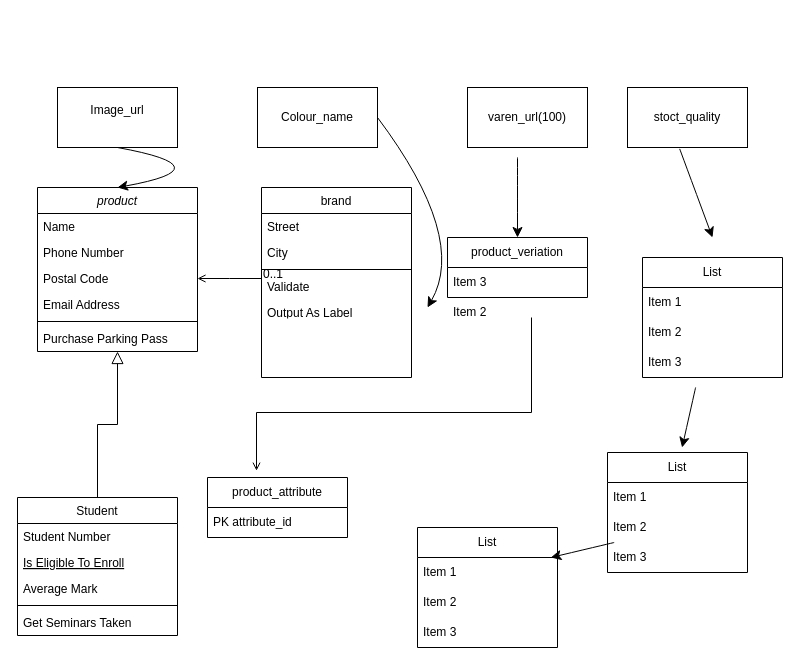
Before: Untitled Diagram.drawio in Matlhatse95kk/E-Commerce-Database-Design-Assignment, a draw.io diagram. Source tidied: cells renumbered, new cells numbered last; positions are measured from the earlier drawing's top-left corner, leaving out a move shared by most shapes. Both pictures are drawn from the tidied source at 100%, with x=0, y=0 at pixel (17, 87).
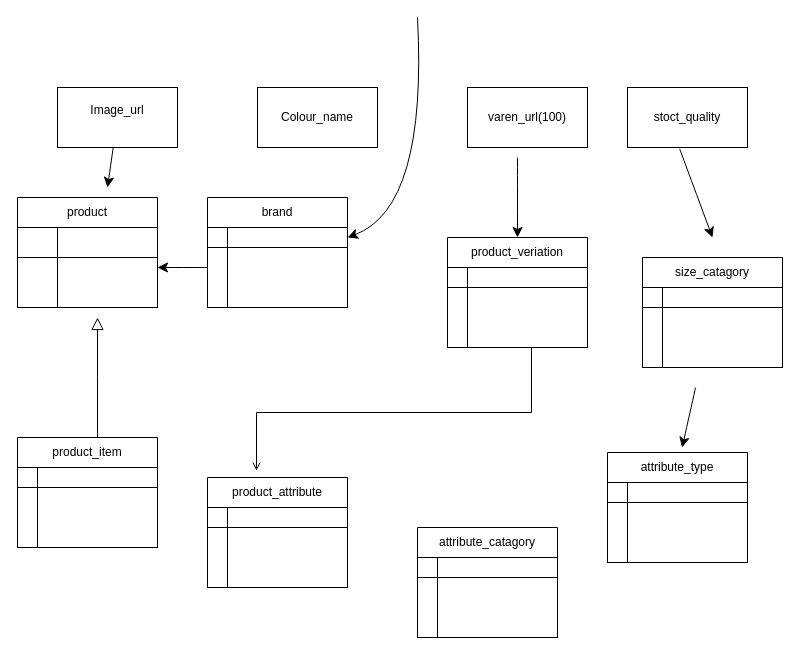
The same diagram, later.

The change refers to these unchanged cells:
```xml
<mxCell id="25" value="Colour_name" style="rounded=0;whiteSpace=wrap;html=1;" parent="1" vertex="1">
  <mxGeometry x="240" width="120" height="60" as="geometry" />
</mxCell>
<mxCell id="26" value="Image_url&lt;div&gt;&lt;br&gt;&lt;/div&gt;" style="rounded=0;whiteSpace=wrap;html=1;" parent="1" vertex="1">
  <mxGeometry x="40" width="120" height="60" as="geometry" />
</mxCell>
```

Diff of the diagram source:
```diff
@@
-    <mxCell id="2" value="product" style="swimlane;fontStyle=2;align=center;verticalAlign=top;horizontal=1;startSize=26;rounded=0;shadow=0;strokeWidth=1;" parent="1" vertex="1">
-      <mxGeometry x="20" y="100" width="160" height="164" as="geometry" />
-    </mxCell>
-    <mxCell id="3" value="Name" style="text;align=left;verticalAlign=top;spacingLeft=4;spacingRight=4;overflow=hidden;" parent="2" vertex="1">
-      <mxGeometry y="26" width="160" height="26" as="geometry" />
-    </mxCell>
-    <mxCell id="4" value="Phone Number" style="text;align=left;verticalAlign=top;spacingLeft=4;spacingRight=4;overflow=hidden;rounded=0;shadow=0;html=0;" parent="2" vertex="1">
-      <mxGeometry y="52" width="160" height="26" as="geometry" />
-    </mxCell>
-    <mxCell id="5" value="Postal Code" style="text;align=left;verticalAlign=top;spacingLeft=4;spacingRight=4;overflow=hidden;points=[[0,0.5],[1,0.5]];portConstraint=eastwest;rounded=0;shadow=0;html=0;" parent="2" vertex="1">
-      <mxGeometry y="78" width="160" height="26" as="geometry" />
-    </mxCell>
-    <mxCell id="6" value="Email Address" style="text;align=left;verticalAlign=top;spacingLeft=4;spacingRight=4;overflow=hidden;rounded=0;shadow=0;html=0;" parent="2" vertex="1">
-      <mxGeometry y="104" width="160" height="26" as="geometry" />
-    </mxCell>
-    <mxCell id="7" style="line;html=1;strokeWidth=1;align=left;verticalAlign=middle;spacingTop=-1;spacingLeft=3;spacingRight=3;labelPosition=right;" parent="2" vertex="1">
-      <mxGeometry y="130" width="160" height="8" as="geometry" />
-    </mxCell>
-    <mxCell id="8" value="Purchase Parking Pass" style="text;align=left;verticalAlign=top;spacingLeft=4;spacingRight=4;overflow=hidden;" parent="2" vertex="1">
-      <mxGeometry y="138" width="160" height="26" as="geometry" />
-    </mxCell>
-    <mxCell id="9" value="Student" style="swimlane;fontStyle=0;align=center;verticalAlign=top;horizontal=1;startSize=26;rounded=0;shadow=0;strokeWidth=1;" parent="1" vertex="1">
-      <mxGeometry y="410" width="160" height="138" as="geometry" />
-    </mxCell>
-    <mxCell id="10" value="Student Number" style="text;align=left;verticalAlign=top;spacingLeft=4;spacingRight=4;overflow=hidden;" parent="9" vertex="1">
-      <mxGeometry y="26" width="160" height="26" as="geometry" />
-    </mxCell>
-    <mxCell id="11" value="Is Eligible To Enroll" style="text;align=left;verticalAlign=top;spacingLeft=4;spacingRight=4;overflow=hidden;fontStyle=4;" parent="9" vertex="1">
-      <mxGeometry y="52" width="160" height="26" as="geometry" />
-    </mxCell>
-    <mxCell id="12" value="Average Mark" style="text;align=left;verticalAlign=top;spacingLeft=4;spacingRight=4;overflow=hidden;rounded=0;shadow=0;html=0;" parent="9" vertex="1">
-      <mxGeometry y="78" width="160" height="26" as="geometry" />
-    </mxCell>
-    <mxCell id="13" style="line;html=1;strokeWidth=1;align=left;verticalAlign=middle;spacingTop=-1;spacingLeft=3;spacingRight=3;labelPosition=right;" parent="9" vertex="1">
-      <mxGeometry y="104" width="160" height="8" as="geometry" />
-    </mxCell>
-    <mxCell id="14" value="Get Seminars Taken" style="text;align=left;verticalAlign=top;spacingLeft=4;spacingRight=4;overflow=hidden;" parent="9" vertex="1">
-      <mxGeometry y="112" width="160" height="26" as="geometry" />
-    </mxCell>
-    <mxCell id="15" style="endArrow=block;endSize=10;endFill=0;shadow=0;strokeWidth=1;rounded=0;curved=0;edgeStyle=elbowEdgeStyle;elbow=vertical;" parent="1" edge="1" source="9" target="2">
-      <mxGeometry relative="1" as="geometry" />
+    <mxCell id="15" style="endArrow=block;endSize=10;endFill=0;shadow=0;strokeWidth=1;rounded=0;curved=0;edgeStyle=elbowEdgeStyle;elbow=vertical;" parent="1" edge="1">
+      <mxGeometry relative="1" as="geometry">
+        <mxPoint x="80" y="350" as="sourcePoint" />
+        <mxPoint x="80" y="230" as="targetPoint" />
+      </mxGeometry>
     </mxCell>
-    <mxCell id="16" value="brand" style="swimlane;fontStyle=0;align=center;verticalAlign=top;horizontal=1;startSize=26;rounded=0;shadow=0;strokeWidth=1;" parent="1" vertex="1">
-      <mxGeometry x="244" y="100" width="150" height="190" as="geometry" />
-    </mxCell>
-    <mxCell id="17" value="Street" style="text;align=left;verticalAlign=top;spacingLeft=4;spacingRight=4;overflow=hidden;" parent="16" vertex="1">
-      <mxGeometry y="26" width="150" height="26" as="geometry" />
-    </mxCell>
-    <mxCell id="18" value="City" style="text;align=left;verticalAlign=top;spacingLeft=4;spacingRight=4;overflow=hidden;rounded=0;shadow=0;html=0;" parent="16" vertex="1">
-      <mxGeometry y="52" width="150" height="26" as="geometry" />
-    </mxCell>
-    <mxCell id="19" style="line;html=1;strokeWidth=1;align=left;verticalAlign=middle;spacingTop=-1;spacingLeft=3;spacingRight=3;labelPosition=right;" parent="16" vertex="1">
-      <mxGeometry y="78" width="150" height="8" as="geometry" />
-    </mxCell>
-    <mxCell id="20" value="Validate" style="text;align=left;verticalAlign=top;spacingLeft=4;spacingRight=4;overflow=hidden;" parent="16" vertex="1">
-      <mxGeometry y="86" width="150" height="26" as="geometry" />
-    </mxCell>
-    <mxCell id="21" value="Output As Label" style="text;align=left;verticalAlign=top;spacingLeft=4;spacingRight=4;overflow=hidden;" parent="16" vertex="1">
-      <mxGeometry y="112" width="150" height="14" as="geometry" />
-    </mxCell>
@@
-    <mxCell id="23" style="edgeStyle=none;curved=1;rounded=0;jettySize=auto;html=1;fontSize=12;startSize=8;endSize=8;" parent="1" edge="1" source="49" target="35">
-      <mxGeometry relative="1" as="geometry" />
+    <mxCell id="23" style="edgeStyle=none;curved=1;rounded=0;orthogonalLoop=1;jettySize=auto;html=1;fontSize=12;startSize=8;endSize=8;" parent="1" edge="1">
+      <mxGeometry relative="1" as="geometry">
+        <mxPoint x="500" y="210" as="sourcePoint" />
+        <mxPoint x="500" y="210" as="targetPoint" />
+      </mxGeometry>
     </mxCell>
@@
+    <mxCell id="53" style="edgeStyle=none;curved=1;rounded=0;jettySize=auto;html=1;fontSize=12;startSize=8;endSize=8;" parent="1" edge="1" source="26">
+      <mxGeometry relative="1" as="geometry">
+        <mxPoint x="90" y="100" as="targetPoint" />
+      </mxGeometry>
+    </mxCell>
@@
-    <mxCell id="28" style="edgeStyle=none;jettySize=auto;html=1;rounded=0;fontSize=12;startSize=8;endSize=8;curved=1;entryX=0.5;entryY=0;entryDx=0;entryDy=0;exitX=0.5;exitY=1;exitDx=0;exitDy=0;" parent="1" edge="1" source="26" target="2">
-      <mxGeometry relative="1" as="geometry">
-        <Array as="points">
-          <mxPoint x="210" y="80" />
-        </Array>
-      </mxGeometry>
-    </mxCell>
-    <mxCell id="29" style="endArrow=open;shadow=0;strokeWidth=1;rounded=0;curved=0;endFill=1;edgeStyle=elbowEdgeStyle;elbow=vertical;entryX=1;entryY=0.5;entryDx=0;entryDy=0;" parent="1" edge="1" target="5">
-      <mxGeometry x="0.5" y="41" relative="1" as="geometry">
-        <mxPoint x="244" y="191" as="sourcePoint" />
-        <mxPoint x="-40" y="32" as="offset" />
-      </mxGeometry>
-    </mxCell>
-    <mxCell id="30" value="0..1" style="align=left;verticalAlign=bottom;labelBackgroundColor=none;fontSize=12;" parent="29" vertex="1">
-      <mxGeometry x="-1" relative="1" as="geometry">
-        <mxPoint y="4" as="offset" />
-      </mxGeometry>
-    </mxCell>
@@
-    <mxCell id="32" style="edgeStyle=none;jettySize=auto;html=1;rounded=0;fontSize=12;startSize=8;endSize=8;curved=1;exitX=1;exitY=0.5;exitDx=0;exitDy=0;" parent="1" edge="1" source="25">
+    <mxCell id="32" style="edgeStyle=none;orthogonalLoop=1;jettySize=auto;html=1;rounded=0;fontSize=12;startSize=8;endSize=8;curved=1;" parent="1" edge="1">
       <mxGeometry relative="1" as="geometry">
-        <mxPoint x="410" y="220" as="targetPoint" />
+        <mxPoint x="400" y="-70" as="sourcePoint" />
+        <mxPoint x="330" y="150" as="targetPoint" />
         <Array as="points">
-          <mxPoint x="450" y="150" />
+          <mxPoint x="410" y="120" />
         </Array>
       </mxGeometry>
     </mxCell>
@@
     <mxCell id="34" value="product_veriation" style="swimlane;fontStyle=0;horizontal=1;startSize=30;whiteSpace=wrap;html=1;" parent="1" vertex="1">
-      <mxGeometry x="430" y="150" width="140" height="60" as="geometry" />
+      <mxGeometry x="430" y="150" width="140" height="110" as="geometry" />
     </mxCell>
-    <mxCell id="35" value="Item 3" style="text;strokeColor=none;fillColor=none;align=left;verticalAlign=middle;spacingLeft=4;spacingRight=4;overflow=hidden;points=[[0,0.5],[1,0.5]];portConstraint=eastwest;whiteSpace=wrap;html=1;" parent="34" vertex="1">
-      <mxGeometry y="30" width="140" height="30" as="geometry" />
-    </mxCell>
@@
+    <mxCell id="54" style="shape=internalStorage;whiteSpace=wrap;html=1;backgroundOutline=1;" parent="34" vertex="1">
+      <mxGeometry y="30" width="140" height="80" as="geometry" />
+    </mxCell>
-    <mxCell id="37" value="List" style="swimlane;fontStyle=0;horizontal=1;startSize=30;whiteSpace=wrap;html=1;" parent="1" vertex="1">
-      <mxGeometry x="625" y="170" width="140" height="120" as="geometry" />
+    <mxCell id="37" value="size_catagory" style="swimlane;fontStyle=0;horizontal=1;startSize=30;whiteSpace=wrap;html=1;" parent="1" vertex="1">
+      <mxGeometry x="625" y="170" width="140" height="110" as="geometry" />
     </mxCell>
-    <mxCell id="38" value="Item 1" style="text;strokeColor=none;fillColor=none;align=left;verticalAlign=middle;spacingLeft=4;spacingRight=4;overflow=hidden;whiteSpace=wrap;html=1;" parent="37" vertex="1">
-      <mxGeometry y="30" width="140" height="30" as="geometry" />
-    </mxCell>
-    <mxCell id="39" value="Item 2" style="text;strokeColor=none;fillColor=none;align=left;verticalAlign=middle;spacingLeft=4;spacingRight=4;overflow=hidden;whiteSpace=wrap;html=1;" parent="37" vertex="1">
-      <mxGeometry y="60" width="140" height="30" as="geometry" />
-    </mxCell>
-    <mxCell id="40" value="Item 3" style="text;strokeColor=none;fillColor=none;align=left;verticalAlign=middle;spacingLeft=4;spacingRight=4;overflow=hidden;whiteSpace=wrap;html=1;" parent="37" vertex="1">
-      <mxGeometry y="90" width="140" height="30" as="geometry" />
-    </mxCell>
+    <mxCell id="55" style="shape=internalStorage;whiteSpace=wrap;html=1;backgroundOutline=1;" parent="37" vertex="1">
+      <mxGeometry y="30" width="140" height="80" as="geometry" />
+    </mxCell>
-    <mxCell id="41" value="List" style="swimlane;fontStyle=0;horizontal=1;startSize=30;whiteSpace=wrap;html=1;" parent="1" vertex="1">
-      <mxGeometry x="590" y="365" width="140" height="120" as="geometry" />
+    <mxCell id="41" value="attribute_type" style="swimlane;fontStyle=0;horizontal=1;startSize=30;whiteSpace=wrap;html=1;" parent="1" vertex="1">
+      <mxGeometry x="590" y="365" width="140" height="110" as="geometry" />
     </mxCell>
-    <mxCell id="42" value="Item 1" style="text;strokeColor=none;fillColor=none;align=left;verticalAlign=middle;spacingLeft=4;spacingRight=4;overflow=hidden;whiteSpace=wrap;html=1;" parent="41" vertex="1">
-      <mxGeometry y="30" width="140" height="30" as="geometry" />
-    </mxCell>
-    <mxCell id="43" value="Item 2" style="text;strokeColor=none;fillColor=none;align=left;verticalAlign=middle;spacingLeft=4;spacingRight=4;overflow=hidden;points=[[0,0.5],[1,0.5]];portConstraint=eastwest;whiteSpace=wrap;html=1;" parent="41" vertex="1">
-      <mxGeometry y="60" width="140" height="30" as="geometry" />
-    </mxCell>
-    <mxCell id="44" value="Item 3" style="text;strokeColor=none;fillColor=none;align=left;verticalAlign=middle;spacingLeft=4;spacingRight=4;overflow=hidden;whiteSpace=wrap;html=1;" parent="41" vertex="1">
-      <mxGeometry y="90" width="140" height="30" as="geometry" />
-    </mxCell>
+    <mxCell id="56" style="shape=internalStorage;whiteSpace=wrap;html=1;backgroundOutline=1;" parent="41" vertex="1">
+      <mxGeometry y="30" width="140" height="80" as="geometry" />
+    </mxCell>
-    <mxCell id="45" value="List" style="swimlane;fontStyle=0;horizontal=1;startSize=30;whiteSpace=wrap;html=1;" parent="1" vertex="1">
-      <mxGeometry x="400" y="440" width="140" height="120" as="geometry" />
+    <mxCell id="45" value="attribute_catagory" style="swimlane;fontStyle=0;horizontal=1;startSize=30;whiteSpace=wrap;html=1;" parent="1" vertex="1">
+      <mxGeometry x="400" y="440" width="140" height="110" as="geometry" />
     </mxCell>
-    <mxCell id="46" value="Item 1" style="text;strokeColor=none;fillColor=none;align=left;verticalAlign=middle;spacingLeft=4;spacingRight=4;overflow=hidden;points=[[0,0.5],[1,0.5]];portConstraint=eastwest;whiteSpace=wrap;html=1;" parent="45" vertex="1">
-      <mxGeometry y="30" width="140" height="30" as="geometry" />
-    </mxCell>
-    <mxCell id="47" value="Item 2" style="text;strokeColor=none;fillColor=none;align=left;verticalAlign=middle;spacingLeft=4;spacingRight=4;overflow=hidden;whiteSpace=wrap;html=1;" parent="45" vertex="1">
-      <mxGeometry y="60" width="140" height="30" as="geometry" />
-    </mxCell>
-    <mxCell id="48" value="Item 3" style="text;strokeColor=none;fillColor=none;align=left;verticalAlign=middle;spacingLeft=4;spacingRight=4;overflow=hidden;whiteSpace=wrap;html=1;" parent="45" vertex="1">
-      <mxGeometry y="90" width="140" height="30" as="geometry" />
-    </mxCell>
-    <mxCell id="49" value="Item 2" style="text;strokeColor=none;fillColor=none;align=left;verticalAlign=middle;spacingLeft=4;spacingRight=4;overflow=hidden;points=[[0,0.5],[1,0.5]];portConstraint=eastwest;whiteSpace=wrap;html=1;" parent="1" vertex="1">
-      <mxGeometry x="430" y="210" width="140" height="30" as="geometry" />
-    </mxCell>
-    <mxCell id="50" style="edgeStyle=none;curved=1;rounded=0;jettySize=auto;html=1;fontSize=12;startSize=8;endSize=8;" parent="1" edge="1" source="43" target="46">
-      <mxGeometry relative="1" as="geometry" />
-    </mxCell>
+    <mxCell id="57" style="shape=internalStorage;whiteSpace=wrap;html=1;backgroundOutline=1;" parent="45" vertex="1">
+      <mxGeometry y="30" width="140" height="80" as="geometry" />
+    </mxCell>
     <mxCell id="51" value="product_attribute" style="swimlane;fontStyle=0;horizontal=1;startSize=30;whiteSpace=wrap;html=1;" parent="1" vertex="1">
-      <mxGeometry x="190" y="390" width="140" height="60" as="geometry" />
+      <mxGeometry x="190" y="390" width="140" height="110" as="geometry" />
     </mxCell>
-    <mxCell id="52" value="PK attribute_id" style="text;strokeColor=none;fillColor=none;align=left;verticalAlign=middle;spacingLeft=4;spacingRight=4;overflow=hidden;whiteSpace=wrap;html=1;" parent="1" vertex="1">
-      <mxGeometry x="190" y="420" width="140" height="30" as="geometry" />
-    </mxCell>
+    <mxCell id="58" style="shape=internalStorage;whiteSpace=wrap;html=1;backgroundOutline=1;" parent="51" vertex="1">
+      <mxGeometry y="30" width="140" height="80" as="geometry" />
+    </mxCell>
+    <mxCell id="59" value="product_item" style="swimlane;fontStyle=0;horizontal=1;startSize=30;whiteSpace=wrap;html=1;" parent="1" vertex="1">
+      <mxGeometry y="350" width="140" height="110" as="geometry" />
+    </mxCell>
+    <mxCell id="60" style="shape=internalStorage;whiteSpace=wrap;html=1;backgroundOutline=1;" parent="59" vertex="1">
+      <mxGeometry y="30" width="140" height="80" as="geometry" />
+    </mxCell>
+    <mxCell id="2" value="product" style="swimlane;fontStyle=0;horizontal=1;startSize=30;whiteSpace=wrap;html=1;" parent="1" vertex="1">
+      <mxGeometry y="110" width="140" height="110" as="geometry" />
+    </mxCell>
+    <mxCell id="61" style="shape=internalStorage;whiteSpace=wrap;html=1;backgroundOutline=1;dx=40;dy=30;" parent="2" vertex="1">
+      <mxGeometry y="30" width="140" height="80" as="geometry" />
+    </mxCell>
+    <mxCell id="62" style="edgeStyle=none;curved=1;rounded=0;jettySize=auto;html=1;exitX=0.25;exitY=0;exitDx=0;exitDy=0;fontSize=12;startSize=8;endSize=8;" parent="1" edge="1" source="16">
+      <mxGeometry relative="1" as="geometry">
+        <mxPoint x="330" y="130" as="targetPoint" />
+      </mxGeometry>
+    </mxCell>
+    <mxCell id="16" value="brand" style="swimlane;fontStyle=0;horizontal=1;startSize=30;whiteSpace=wrap;html=1;" parent="1" vertex="1">
+      <mxGeometry x="190" y="110" width="140" height="110" as="geometry" />
+    </mxCell>
+    <mxCell id="63" style="shape=internalStorage;whiteSpace=wrap;html=1;backgroundOutline=1;" parent="16" vertex="1">
+      <mxGeometry y="30" width="140" height="80" as="geometry" />
+    </mxCell>
+    <mxCell id="64" style="edgeStyle=none;curved=1;rounded=0;jettySize=auto;html=1;fontSize=12;startSize=8;endSize=8;" parent="1" edge="1" source="63" target="61">
+      <mxGeometry relative="1" as="geometry" />
+    </mxCell>
```
